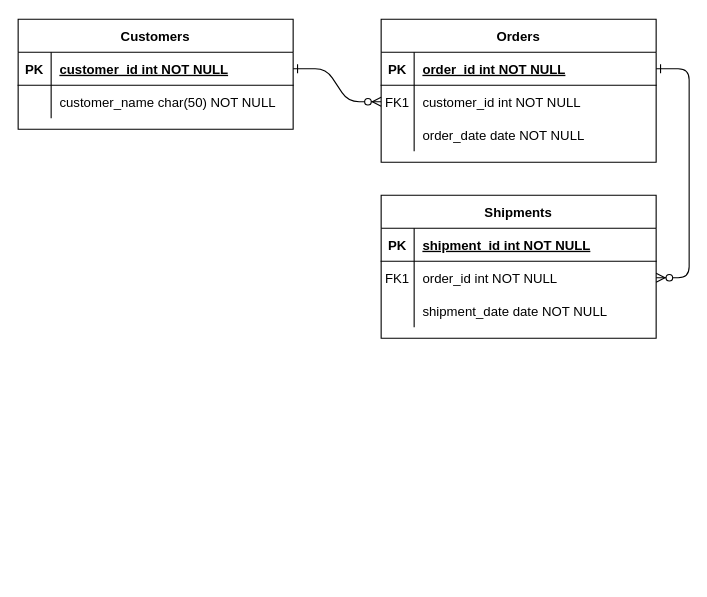
This is DBDESIGN-ASS1.drawio from nurezzajeslin/week3, a draw.io file, before an edit. Source tidied: cells renumbered, new cells numbered last; positions are measured from the earlier drawing's top-left corner, leaving out a move shared by most shapes. Both pictures are drawn from the tidied source at 110%, with x=0, y=0 at pixel (18, 19).
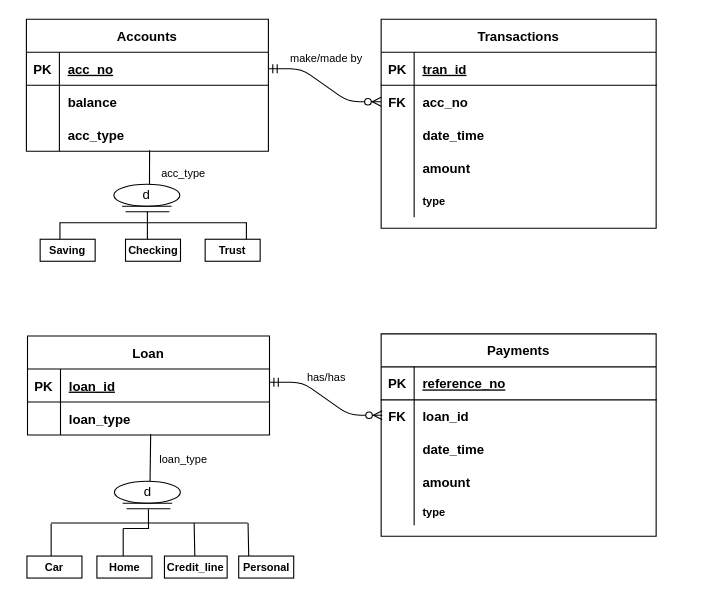
Above is the later version.

The change refers to these unchanged cells:
```xml
<mxCell id="5" style="shape=partialRectangle;fillColor=none;points=[[0,0.5],[1,0.5]];portConstraint=eastwest;top=0;left=0;right=0;bottom=1;" parent="4" vertex="1">
  <mxGeometry y="30" width="250" height="30" as="geometry" />
</mxCell>
<mxCell id="8" style="shape=partialRectangle;fillColor=none;points=[[0,0.5],[1,0.5]];portConstraint=eastwest;top=0;left=0;right=0;bottom=0;" parent="4" vertex="1">
  <mxGeometry y="60" width="250" height="30" as="geometry" />
</mxCell>
<mxCell id="11" style="shape=partialRectangle;fillColor=none;top=0;left=0;right=0;bottom=0;" parent="4" vertex="1">
  <mxGeometry y="90" width="250" height="30" as="geometry" />
</mxCell>
<mxCell id="15" style="shape=partialRectangle;fillColor=none;top=0;left=0;right=0;bottom=1;" parent="14" vertex="1">
  <mxGeometry y="30" width="250" height="30" as="geometry" />
</mxCell>
<mxCell id="18" style="shape=partialRectangle;fillColor=none;points=[[0,0.5],[1,0.5]];portConstraint=eastwest;top=0;left=0;right=0;bottom=0;" parent="14" vertex="1">
  <mxGeometry y="60" width="250" height="30" as="geometry" />
</mxCell>
<mxCell id="21" style="shape=partialRectangle;fillColor=none;top=0;left=0;right=0;bottom=0;" parent="14" vertex="1">
  <mxGeometry y="90" width="250" height="30" as="geometry" />
</mxCell>
```

Diff of the diagram source:
```diff
@@
-    <mxCell id="2" style="edgeStyle=entityRelationEdgeStyle;endArrow=ERzeroToMany;startArrow=ERone;endFill=1;startFill=0;" parent="1" edge="1" source="25" target="8">
+    <mxCell id="2" style="edgeStyle=entityRelationEdgeStyle;endArrow=ERzeroToMany;startArrow=ERmandOne;endFill=1;startFill=0;" parent="1" edge="1" source="25" target="8">
       <mxGeometry relative="1" as="geometry" />
     </mxCell>
-    <mxCell id="3" style="edgeStyle=entityRelationEdgeStyle;endArrow=ERzeroToMany;startArrow=ERone;endFill=1;startFill=0;" parent="1" edge="1" source="5" target="18">
-      <mxGeometry relative="1" as="geometry" />
-    </mxCell>
-    <mxCell id="4" value="Orders" style="shape=table;startSize=30;childLayout=tableLayout;rowLines=0;fontStyle=1;align=center;" parent="1" vertex="1">
-      <mxGeometry x="330" width="250" height="130" as="geometry" />
+    <mxCell id="4" value="Transactions" style="shape=table;startSize=30;childLayout=tableLayout;rowLines=0;fontStyle=1;align=center;" parent="1" vertex="1">
+      <mxGeometry x="330" width="250" height="190" as="geometry" />
     </mxCell>
@@
-    <mxCell id="7" value="order_id int NOT NULL " style="shape=partialRectangle;overflow=hidden;fillColor=none;top=0;left=0;bottom=0;right=0;align=left;spacingLeft=6;fontStyle=5;" parent="5" vertex="1">
+    <mxCell id="7" value="tran_id" style="shape=partialRectangle;overflow=hidden;fillColor=none;top=0;left=0;bottom=0;right=0;align=left;spacingLeft=6;fontStyle=5;" parent="5" vertex="1">
       <mxGeometry x="30" width="220" height="30" as="geometry" />
     </mxCell>
@@
-    <mxCell id="9" value="FK1" style="shape=partialRectangle;overflow=hidden;fillColor=none;top=0;left=0;bottom=0;right=0;" parent="8" vertex="1">
+    <mxCell id="9" value="FK" style="shape=partialRectangle;overflow=hidden;fillColor=none;top=0;left=0;bottom=0;right=0;fontStyle=1;" parent="8" vertex="1">
       <mxGeometry width="30" height="30" as="geometry" />
     </mxCell>
-    <mxCell id="10" value="customer_id int NOT NULL" style="shape=partialRectangle;overflow=hidden;fillColor=none;top=0;left=0;bottom=0;right=0;align=left;spacingLeft=6;" parent="8" vertex="1">
+    <mxCell id="10" value="acc_no" style="shape=partialRectangle;overflow=hidden;fillColor=none;top=0;left=0;bottom=0;right=0;align=left;spacingLeft=6;fontStyle=1;" parent="8" vertex="1">
       <mxGeometry x="30" width="220" height="30" as="geometry" />
     </mxCell>
@@
-    <mxCell id="13" value="order_date date NOT NULL" style="shape=partialRectangle;overflow=hidden;fillColor=none;top=0;left=0;bottom=0;right=0;align=left;spacingLeft=6;" parent="11" vertex="1">
+    <mxCell id="13" value="date_time " style="shape=partialRectangle;overflow=hidden;fillColor=none;top=0;left=0;bottom=0;right=0;align=left;spacingLeft=6;fontStyle=1;" parent="11" vertex="1">
       <mxGeometry x="30" width="220" height="30" as="geometry" />
     </mxCell>
+    <mxCell id="31" style="shape=tableRow;horizontal=0;startSize=0;swimlaneHead=0;swimlaneBody=0;fillColor=none;top=0;left=0;right=0;bottom=0;" parent="4" vertex="1">
+      <mxGeometry y="120" width="250" height="30" as="geometry" />
+    </mxCell>
+    <mxCell id="32" style="shape=partialRectangle;fillColor=none;top=0;left=0;bottom=0;right=0;overflow=hidden;" parent="31" vertex="1">
+      <mxGeometry width="30" height="30" as="geometry" />
+    </mxCell>
+    <mxCell id="33" value="amount" style="shape=partialRectangle;fillColor=none;top=0;left=0;bottom=0;right=0;align=left;spacingLeft=6;overflow=hidden;fontStyle=1;" parent="31" vertex="1">
+      <mxGeometry x="30" width="220" height="30" as="geometry" />
+    </mxCell>
+    <mxCell id="34" style="shape=tableRow;horizontal=0;startSize=0;swimlaneHead=0;swimlaneBody=0;fillColor=none;top=0;left=0;right=0;bottom=0;fontSize=10;strokeWidth=1;" parent="4" vertex="1">
+      <mxGeometry y="150" width="250" height="30" as="geometry" />
+    </mxCell>
+    <mxCell id="35" style="shape=partialRectangle;fillColor=none;top=0;left=0;bottom=0;right=0;overflow=hidden;fontSize=10;strokeWidth=1;" parent="34" vertex="1">
+      <mxGeometry width="30" height="30" as="geometry" />
+    </mxCell>
+    <mxCell id="36" value="type" style="shape=partialRectangle;fillColor=none;top=0;left=0;bottom=0;right=0;align=left;spacingLeft=6;overflow=hidden;fontSize=10;strokeWidth=1;fontStyle=1;" parent="34" vertex="1">
+      <mxGeometry x="30" width="220" height="30" as="geometry" />
+    </mxCell>
-    <mxCell id="14" value="Shipments" style="shape=table;startSize=30;childLayout=tableLayout;rowLines=0;fontStyle=1;align=center;" parent="1" vertex="1">
-      <mxGeometry x="330" y="160" width="250" height="130" as="geometry" />
+    <mxCell id="14" value="Payments" style="shape=table;startSize=30;childLayout=tableLayout;rowLines=0;fontStyle=1;align=center;" parent="1" vertex="1">
+      <mxGeometry x="330" y="286" width="250" height="184" as="geometry" />
     </mxCell>
@@
-    <mxCell id="17" value="shipment_id int NOT NULL " style="shape=partialRectangle;overflow=hidden;fillColor=none;top=0;left=0;bottom=0;right=0;align=left;spacingLeft=6;fontStyle=5;" parent="15" vertex="1">
+    <mxCell id="17" value="reference_no" style="shape=partialRectangle;overflow=hidden;fillColor=none;top=0;left=0;bottom=0;right=0;align=left;spacingLeft=6;fontStyle=5;" parent="15" vertex="1">
       <mxGeometry x="30" width="220" height="30" as="geometry" />
     </mxCell>
@@
-    <mxCell id="19" value="FK1" style="shape=partialRectangle;overflow=hidden;fillColor=none;top=0;left=0;bottom=0;right=0;" parent="18" vertex="1">
+    <mxCell id="19" value="FK" style="shape=partialRectangle;overflow=hidden;fillColor=none;top=0;left=0;bottom=0;right=0;fontStyle=1;" parent="18" vertex="1">
       <mxGeometry width="30" height="30" as="geometry" />
     </mxCell>
-    <mxCell id="20" value="order_id int NOT NULL" style="shape=partialRectangle;overflow=hidden;fillColor=none;top=0;left=0;bottom=0;right=0;align=left;spacingLeft=6;" parent="18" vertex="1">
+    <mxCell id="20" value="loan_id  " style="shape=partialRectangle;overflow=hidden;fillColor=none;top=0;left=0;bottom=0;right=0;align=left;spacingLeft=6;fontStyle=1;" parent="18" vertex="1">
       <mxGeometry x="30" width="220" height="30" as="geometry" />
     </mxCell>
@@
-    <mxCell id="23" value="shipment_date date NOT NULL" style="shape=partialRectangle;overflow=hidden;fillColor=none;top=0;left=0;bottom=0;right=0;align=left;spacingLeft=6;" parent="21" vertex="1">
+    <mxCell id="23" value="date_time" style="shape=partialRectangle;overflow=hidden;fillColor=none;top=0;left=0;bottom=0;right=0;align=left;spacingLeft=6;fontStyle=1;" parent="21" vertex="1">
       <mxGeometry x="30" width="220" height="30" as="geometry" />
     </mxCell>
+    <mxCell id="37" style="shape=tableRow;horizontal=0;startSize=0;swimlaneHead=0;swimlaneBody=0;fillColor=none;top=0;left=0;right=0;bottom=0;" parent="14" vertex="1">
+      <mxGeometry y="120" width="250" height="30" as="geometry" />
+    </mxCell>
+    <mxCell id="38" style="shape=partialRectangle;fillColor=none;top=0;left=0;bottom=0;right=0;overflow=hidden;" parent="37" vertex="1">
+      <mxGeometry width="30" height="30" as="geometry" />
+    </mxCell>
+    <mxCell id="39" value="amount" style="shape=partialRectangle;fillColor=none;top=0;left=0;bottom=0;right=0;align=left;spacingLeft=6;overflow=hidden;fontStyle=1;" parent="37" vertex="1">
+      <mxGeometry x="30" width="220" height="30" as="geometry" />
+    </mxCell>
+    <mxCell id="40" style="shape=tableRow;horizontal=0;startSize=0;swimlaneHead=0;swimlaneBody=0;fillColor=none;top=0;left=0;right=0;bottom=0;fontSize=10;strokeWidth=1;" parent="14" vertex="1">
+      <mxGeometry y="150" width="250" height="24" as="geometry" />
+    </mxCell>
+    <mxCell id="41" style="shape=partialRectangle;fillColor=none;top=0;left=0;bottom=0;right=0;overflow=hidden;fontSize=10;strokeWidth=1;" parent="40" vertex="1">
+      <mxGeometry width="30" height="24" as="geometry" />
+    </mxCell>
+    <mxCell id="42" value="type" style="shape=partialRectangle;fillColor=none;top=0;left=0;bottom=0;right=0;align=left;spacingLeft=6;overflow=hidden;fontSize=10;strokeWidth=1;fontStyle=1;" parent="40" vertex="1">
+      <mxGeometry x="30" width="220" height="24" as="geometry" />
+    </mxCell>
-    <mxCell id="24" value="Customers" style="shape=table;startSize=30;childLayout=tableLayout;rowLines=0;fontStyle=1;align=center;" parent="1" vertex="1">
-      <mxGeometry width="250" height="100" as="geometry" />
+    <mxCell id="24" value="Accounts" style="shape=table;startSize=30;childLayout=tableLayout;rowLines=0;fontStyle=1;align=center;" parent="1" vertex="1">
+      <mxGeometry x="7.5" width="220" height="120" as="geometry" />
     </mxCell>
     <mxCell id="25" style="shape=partialRectangle;fillColor=none;points=[[0,0.5],[1,0.5]];portConstraint=eastwest;top=0;left=0;right=0;bottom=1;" parent="24" vertex="1">
-      <mxGeometry y="30" width="250" height="30" as="geometry" />
+      <mxGeometry y="30" width="220" height="30" as="geometry" />
     </mxCell>
@@
-    <mxCell id="27" value="customer_id int NOT NULL " style="shape=partialRectangle;overflow=hidden;fillColor=none;top=0;left=0;bottom=0;right=0;align=left;spacingLeft=6;fontStyle=5;" parent="25" vertex="1">
-      <mxGeometry x="30" width="220" height="30" as="geometry" />
+    <mxCell id="27" value="acc_no" style="shape=partialRectangle;overflow=hidden;fillColor=none;top=0;left=0;bottom=0;right=0;align=left;spacingLeft=6;fontStyle=5;" parent="25" vertex="1">
+      <mxGeometry x="30" width="190" height="30" as="geometry" />
     </mxCell>
     <mxCell id="28" style="shape=partialRectangle;fillColor=none;top=0;left=0;right=0;bottom=0;" parent="24" vertex="1">
-      <mxGeometry y="60" width="250" height="30" as="geometry" />
+      <mxGeometry y="60" width="220" height="30" as="geometry" />
     </mxCell>
@@
-    <mxCell id="30" value="customer_name char(50) NOT NULL" style="shape=partialRectangle;overflow=hidden;fillColor=none;top=0;left=0;bottom=0;right=0;align=left;spacingLeft=6;" parent="28" vertex="1">
-      <mxGeometry x="30" width="220" height="30" as="geometry" />
+    <mxCell id="30" value="balance" style="shape=partialRectangle;overflow=hidden;fillColor=none;top=0;left=0;bottom=0;right=0;align=left;spacingLeft=6;fontStyle=1;" parent="28" vertex="1">
+      <mxGeometry x="30" width="190" height="30" as="geometry" />
     </mxCell>
+    <mxCell id="43" style="shape=tableRow;horizontal=0;startSize=0;swimlaneHead=0;swimlaneBody=0;fillColor=none;points=[[0,0.5],[1,0.5]];portConstraint=eastwest;top=0;left=0;right=0;bottom=0;" parent="24" vertex="1">
+      <mxGeometry y="90" width="220" height="30" as="geometry" />
+    </mxCell>
+    <mxCell id="44" style="shape=partialRectangle;fillColor=none;top=0;left=0;bottom=0;right=0;overflow=hidden;" parent="43" vertex="1">
+      <mxGeometry width="30" height="30" as="geometry" />
+    </mxCell>
+    <mxCell id="45" value="acc_type" style="shape=partialRectangle;fillColor=none;top=0;left=0;bottom=0;right=0;align=left;spacingLeft=6;overflow=hidden;fontStyle=1;" parent="43" vertex="1">
+      <mxGeometry x="30" width="190" height="30" as="geometry" />
+    </mxCell>
+    <mxCell id="46" style="endArrow=none;html=1;rounded=0;exitX=0.54;exitY=0.007;exitDx=0;exitDy=0;exitPerimeter=0;entryX=0.509;entryY=0.97;entryDx=0;entryDy=0;entryPerimeter=0;" parent="1" edge="1" source="47" target="43">
+      <mxGeometry relative="1" as="geometry" />
+    </mxCell>
+    <mxCell id="47" value="d" style="ellipse;shape=umlEntity;whiteSpace=wrap;html=1;" parent="1" vertex="1">
+      <mxGeometry x="87" y="150" width="60" height="20" as="geometry" />
+    </mxCell>
+    <mxCell id="48" style="line;strokeWidth=1;dashed=0;labelPosition=right;align=left;verticalAlign=middle;spacingTop=0;spacingLeft=6;" parent="1" vertex="1">
+      <mxGeometry x="97.6" y="170" width="39.8" height="10" as="geometry" />
+    </mxCell>
+    <mxCell id="49" value="&lt;font style=&quot;font-size: 10px&quot;&gt;acc_type&lt;/font&gt;" style="text;html=1;align=center;verticalAlign=middle;strokeColor=none;fillColor=none;" parent="1" vertex="1">
+      <mxGeometry x="120" y="130" width="60" height="20" as="geometry" />
+    </mxCell>
+    <mxCell id="50" style="edgeStyle=orthogonalEdgeStyle;rounded=0;jettySize=auto;html=1;fontSize=6;endArrow=none;endFill=0;" parent="1" edge="1" target="55">
+      <mxGeometry relative="1" as="geometry">
+        <mxPoint x="53" y="204" as="sourcePoint" />
+        <Array as="points">
+          <mxPoint x="38" y="204" />
+        </Array>
+      </mxGeometry>
+    </mxCell>
+    <mxCell id="51" value="&lt;b&gt;Saving&lt;/b&gt;" style="whiteSpace=wrap;html=1;align=center;fontSize=10;" parent="1" vertex="1">
+      <mxGeometry x="20" y="200" width="50" height="20" as="geometry" />
+    </mxCell>
+    <mxCell id="52" value="&lt;b&gt;Checking&lt;/b&gt;" style="whiteSpace=wrap;html=1;align=center;fontSize=10;" parent="1" vertex="1">
+      <mxGeometry x="97.6" y="200" width="50" height="20" as="geometry" />
+    </mxCell>
+    <mxCell id="53" value="&lt;b&gt;Trust&lt;/b&gt;" style="whiteSpace=wrap;html=1;align=center;fontSize=10;" parent="1" vertex="1">
+      <mxGeometry x="170" y="200" width="50" height="20" as="geometry" />
+    </mxCell>
+    <mxCell id="54" style="line;strokeWidth=1;direction=south;html=1;fontSize=10;" parent="1" vertex="1">
+      <mxGeometry x="112.5" y="175" width="10" height="25" as="geometry" />
+    </mxCell>
+    <mxCell id="55" style="line;strokeWidth=1;html=1;perimeter=backbonePerimeter;points=[];outlineConnect=0;fontSize=6;textOpacity=90;" parent="1" vertex="1">
+      <mxGeometry x="38" y="180" width="170" height="10" as="geometry" />
+    </mxCell>
+    <mxCell id="56" style="line;strokeWidth=1;direction=south;html=1;fontSize=10;" parent="1" vertex="1">
+      <mxGeometry x="202.5" y="185" width="10" height="15" as="geometry" />
+    </mxCell>
+    <mxCell id="57" value="Loan" style="shape=table;startSize=30;childLayout=tableLayout;rowLines=0;fontStyle=1;align=center;" parent="1" vertex="1">
+      <mxGeometry x="8.5" y="288" width="220" height="90" as="geometry" />
+    </mxCell>
+    <mxCell id="58" style="shape=partialRectangle;fillColor=none;top=0;left=0;right=0;bottom=1;" parent="57" vertex="1">
+      <mxGeometry y="30" width="220" height="30" as="geometry" />
+    </mxCell>
+    <mxCell id="59" value="PK" style="shape=partialRectangle;overflow=hidden;fillColor=none;top=0;left=0;bottom=0;right=0;fontStyle=1;" parent="58" vertex="1">
+      <mxGeometry width="30" height="30" as="geometry" />
+    </mxCell>
+    <mxCell id="60" value="loan_id" style="shape=partialRectangle;overflow=hidden;fillColor=none;top=0;left=0;bottom=0;right=0;align=left;spacingLeft=6;fontStyle=5;" parent="58" vertex="1">
+      <mxGeometry x="30" width="190" height="30" as="geometry" />
+    </mxCell>
+    <mxCell id="61" style="shape=tableRow;horizontal=0;startSize=0;swimlaneHead=0;swimlaneBody=0;fillColor=none;points=[[0,0.5],[1,0.5]];portConstraint=eastwest;top=0;left=0;right=0;bottom=0;" parent="57" vertex="1">
+      <mxGeometry y="60" width="220" height="30" as="geometry" />
+    </mxCell>
+    <mxCell id="62" style="shape=partialRectangle;fillColor=none;top=0;left=0;bottom=0;right=0;overflow=hidden;" parent="61" vertex="1">
+      <mxGeometry width="30" height="30" as="geometry" />
+    </mxCell>
+    <mxCell id="63" value="loan_type" style="shape=partialRectangle;fillColor=none;top=0;left=0;bottom=0;right=0;align=left;spacingLeft=6;overflow=hidden;fontStyle=1;" parent="61" vertex="1">
+      <mxGeometry x="30" width="190" height="30" as="geometry" />
+    </mxCell>
+    <mxCell id="64" style="endArrow=none;html=1;rounded=0;exitX=0.54;exitY=0.007;exitDx=0;exitDy=0;exitPerimeter=0;entryX=0.509;entryY=0.97;entryDx=0;entryDy=0;entryPerimeter=0;" parent="1" edge="1" source="65" target="61">
+      <mxGeometry relative="1" as="geometry" />
+    </mxCell>
+    <mxCell id="65" value="d" style="ellipse;shape=umlEntity;whiteSpace=wrap;html=1;" parent="1" vertex="1">
+      <mxGeometry x="87.5" y="420" width="60" height="20" as="geometry" />
+    </mxCell>
+    <mxCell id="66" style="line;strokeWidth=1;dashed=0;labelPosition=right;align=left;verticalAlign=middle;spacingTop=0;spacingLeft=6;points=[];portConstraint=eastwest;" parent="1" vertex="1">
+      <mxGeometry x="98.6" y="440" width="39.8" height="10" as="geometry" />
+    </mxCell>
+    <mxCell id="67" value="&lt;font style=&quot;font-size: 10px&quot;&gt;loan_type&lt;/font&gt;" style="text;html=1;align=center;verticalAlign=middle;strokeColor=none;fillColor=none;" parent="1" vertex="1">
+      <mxGeometry x="120" y="390" width="60" height="20" as="geometry" />
+    </mxCell>
+    <mxCell id="68" style="edgeStyle=orthogonalEdgeStyle;rounded=0;orthogonalLoop=1;jettySize=auto;html=1;fontSize=6;endArrow=none;endFill=0;" parent="1" edge="1">
+      <mxGeometry relative="1" as="geometry">
+        <mxPoint x="45" y="492" as="sourcePoint" />
+        <mxPoint x="30" y="458.3" as="targetPoint" />
+        <Array as="points">
+          <mxPoint x="30" y="492" />
+        </Array>
+      </mxGeometry>
+    </mxCell>
+    <mxCell id="69" value="&lt;b&gt;Car&lt;/b&gt;" style="whiteSpace=wrap;html=1;align=center;fontSize=10;" parent="1" vertex="1">
+      <mxGeometry x="8" y="488" width="50" height="20" as="geometry" />
+    </mxCell>
+    <mxCell id="70" value="&lt;b&gt;Home&lt;/b&gt;" style="whiteSpace=wrap;html=1;align=center;fontSize=10;" parent="1" vertex="1">
+      <mxGeometry x="71.6" y="488" width="50" height="20" as="geometry" />
+    </mxCell>
+    <mxCell id="71" value="&lt;b&gt;Credit_line&lt;/b&gt;" style="whiteSpace=wrap;html=1;align=center;fontSize=10;" parent="1" vertex="1">
+      <mxGeometry x="133" y="488" width="57" height="20" as="geometry" />
+    </mxCell>
+    <mxCell id="72" style="edgeStyle=orthogonalEdgeStyle;rounded=0;jettySize=auto;html=1;exitX=0;exitY=0.5;exitDx=0;exitDy=0;exitPerimeter=0;entryX=0.499;entryY=0.546;entryDx=0;entryDy=0;entryPerimeter=0;fontSize=6;endArrow=none;endFill=0;" parent="1" edge="1" source="73" target="66">
+      <mxGeometry relative="1" as="geometry" />
+    </mxCell>
+    <mxCell id="73" style="line;strokeWidth=1;direction=south;html=1;fontSize=10;" parent="1" vertex="1">
+      <mxGeometry x="90.5" y="463" width="10" height="25" as="geometry" />
+    </mxCell>
+    <mxCell id="74" style="line;strokeWidth=1;html=1;perimeter=backbonePerimeter;fontSize=6;textOpacity=90;" parent="1" vertex="1">
+      <mxGeometry x="30" y="453" width="178.6" height="10" as="geometry" />
+    </mxCell>
+    <mxCell id="75" value="&lt;b&gt;Personal&lt;/b&gt;" style="whiteSpace=wrap;html=1;align=center;fontSize=10;" parent="1" vertex="1">
+      <mxGeometry x="200.5" y="488" width="50" height="20" as="geometry" />
+    </mxCell>
+    <mxCell id="76" style="edgeStyle=orthogonalEdgeStyle;rounded=0;orthogonalLoop=1;jettySize=auto;html=1;fontSize=6;endArrow=none;endFill=0;exitX=0.467;exitY=0.032;exitDx=0;exitDy=0;exitPerimeter=0;" parent="1" edge="1">
+      <mxGeometry relative="1" as="geometry">
+        <mxPoint x="160.6" y="486.6" as="sourcePoint" />
+        <mxPoint x="160" y="458" as="targetPoint" />
+        <Array as="points">
+          <mxPoint x="161" y="488" />
+          <mxPoint x="160" y="488" />
+        </Array>
+      </mxGeometry>
+    </mxCell>
+    <mxCell id="77" style="edgeStyle=orthogonalEdgeStyle;rounded=0;orthogonalLoop=1;jettySize=auto;html=1;fontSize=6;endArrow=none;endFill=0;exitX=0.467;exitY=0.032;exitDx=0;exitDy=0;exitPerimeter=0;" parent="1" edge="1">
+      <mxGeometry relative="1" as="geometry">
+        <mxPoint x="209.6" y="486.6" as="sourcePoint" />
+        <mxPoint x="209" y="458" as="targetPoint" />
+        <Array as="points">
+          <mxPoint x="210" y="488" />
+          <mxPoint x="209" y="488" />
+        </Array>
+      </mxGeometry>
+    </mxCell>
+    <mxCell id="78" style="edgeStyle=entityRelationEdgeStyle;endArrow=ERzeroToMany;startArrow=ERmandOne;endFill=1;startFill=0;" parent="1" edge="1">
+      <mxGeometry relative="1" as="geometry">
+        <mxPoint x="228.5" y="330" as="sourcePoint" />
+        <mxPoint x="331" y="360" as="targetPoint" />
+      </mxGeometry>
+    </mxCell>
+    <mxCell id="79" value="&lt;font style=&quot;font-size: 10px&quot;&gt;make/made by&lt;/font&gt;" style="text;html=1;align=center;verticalAlign=middle;strokeColor=none;fillColor=none;fontSize=6;" parent="1" vertex="1">
+      <mxGeometry x="240" y="30" width="80" height="10" as="geometry" />
+    </mxCell>
+    <mxCell id="80" value="&lt;font style=&quot;font-size: 10px&quot;&gt;has/has&lt;/font&gt;" style="text;html=1;align=center;verticalAlign=middle;strokeColor=none;fillColor=none;fontSize=6;" parent="1" vertex="1">
+      <mxGeometry x="255" y="320" width="50" height="10" as="geometry" />
+    </mxCell>
```
